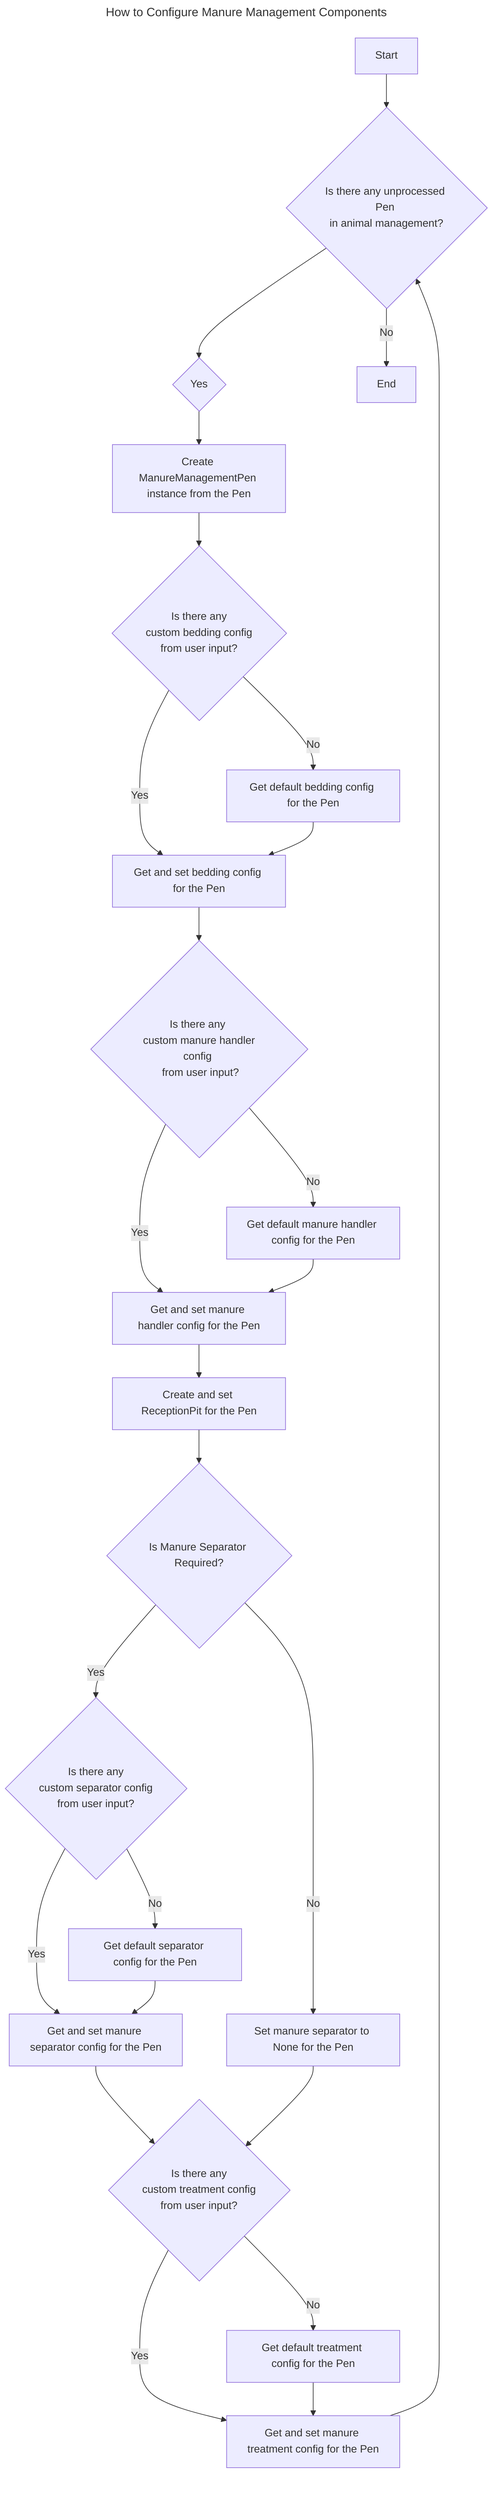
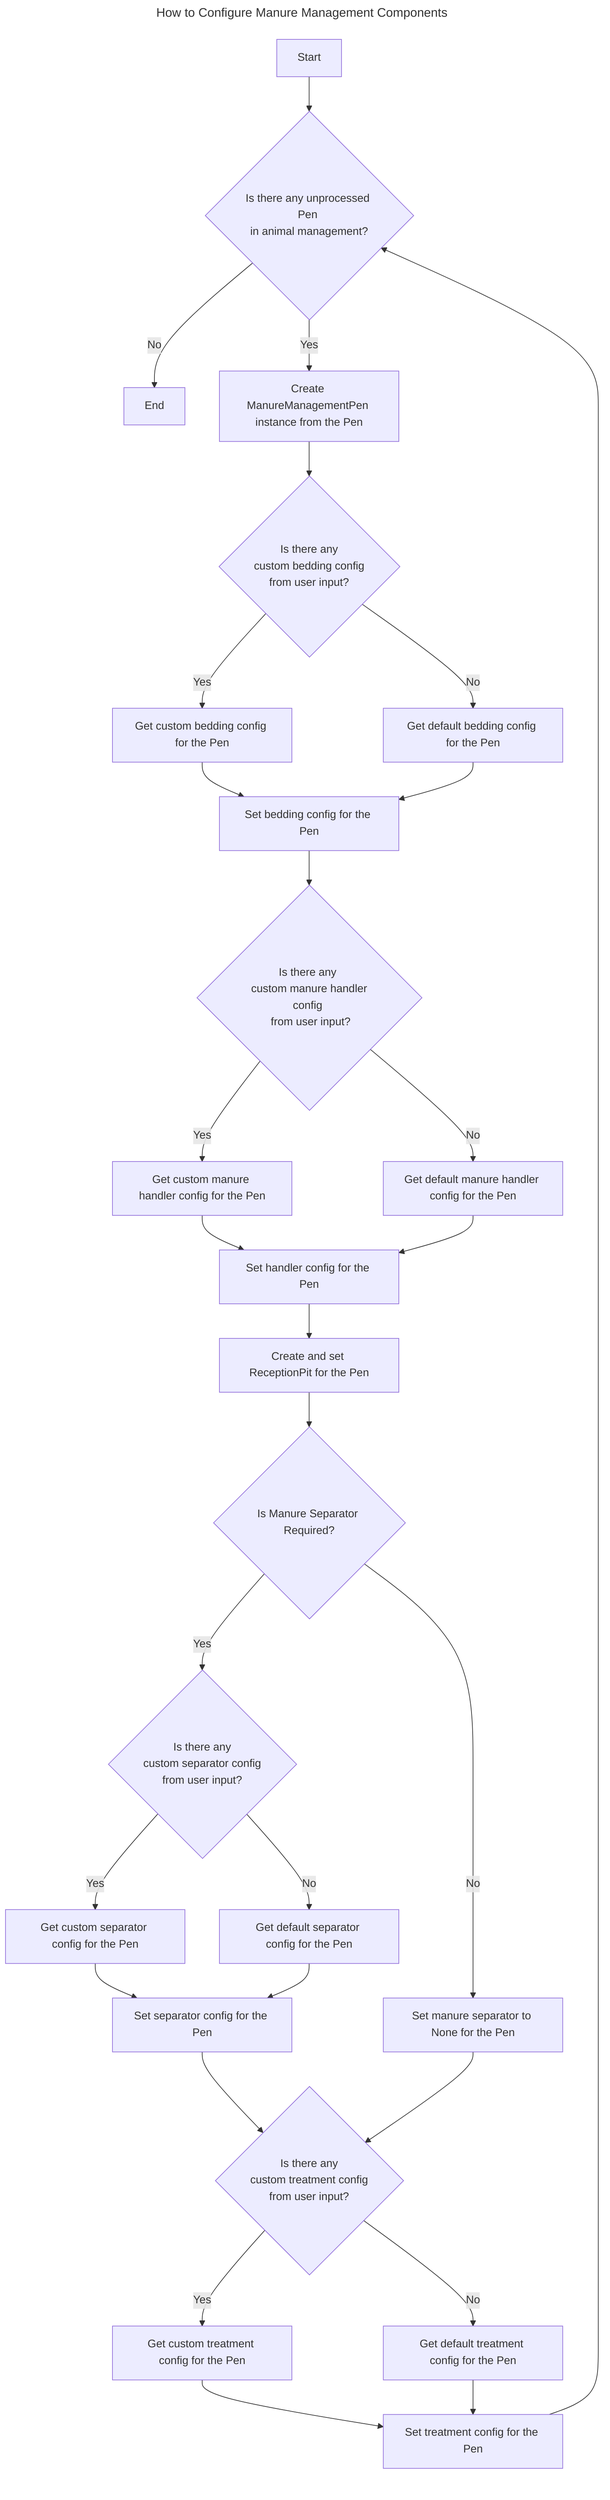
---
title: "How to Configure Manure Management Components"
---
flowchart TD
    start[Start] --> checkPen{"Is there any unprocessed Pen \nin animal management?"}
-     checkPen --> yesPen{Yes}
-     checkPen -- No --> Done[End]
-     yesPen --> createManureManagementPen[Create ManureManagementPen instance from the Pen]
+     checkPen -->|No| Done[End]
+     checkPen -->|Yes| createManureManagementPen[Create ManureManagementPen instance from the Pen]
    createManureManagementPen --> checkCustomBeddingConfig{"Is there any \n custom bedding config \n from user input?"}
-     checkCustomBeddingConfig -- Yes --> getSetBeddingConfig[Get and set bedding config for the Pen]
+     checkCustomBeddingConfig -- Yes --> getCustomBeddingConfig[Get custom bedding config for the Pen]
    checkCustomBeddingConfig -- No --> getDefaultBeddingConfig[Get default bedding config for the Pen]
-     getDefaultBeddingConfig --> getSetBeddingConfig
-     getSetBeddingConfig --> checkCustomHandlerConfig{"Is there any \n custom manure handler config \n from user input?"}
-     checkCustomHandlerConfig -- Yes --> getSetHandlerConfig[Get and set manure handler config for the Pen]
+     getCustomBeddingConfig --> setBeddingConfig[Set bedding config for the Pen]
+     getDefaultBeddingConfig --> setBeddingConfig
+     setBeddingConfig --> checkCustomHandlerConfig{"Is there any \n custom manure handler config \n from user input?"}
+     checkCustomHandlerConfig -- Yes --> getCustomHandlerConfig[Get custom manure handler config for the Pen]
    checkCustomHandlerConfig -- No --> getDefaultHandlerConfig[Get default manure handler config for the Pen]
-     getDefaultHandlerConfig --> getSetHandlerConfig
-     getSetHandlerConfig --> createSetReceptionPit[Create and set ReceptionPit for the Pen]
+     getCustomHandlerConfig --> setHandlerConfig[Set handler config for the Pen]
+     getDefaultHandlerConfig --> setHandlerConfig
+     setHandlerConfig --> createSetReceptionPit[Create and set ReceptionPit for the Pen]
    createSetReceptionPit --> checkSeparator{"Is Manure Separator Required?"}
    checkSeparator -- Yes --> checkCustomSeparatorConfig{"Is there any \n custom separator config \n from user input?"}
    checkSeparator -- No --> setSeparatorNone[Set manure separator to None for the Pen]
-     checkCustomSeparatorConfig -- Yes --> getSetSeparatorConfig[Get and set manure separator config for the Pen]
+     checkCustomSeparatorConfig -- Yes --> getCustomSeparatorConfig[Get custom separator config for the Pen]
    checkCustomSeparatorConfig -- No --> getDefaultSeparatorConfig[Get default separator config for the Pen]
-     getDefaultSeparatorConfig --> getSetSeparatorConfig
-     getSetSeparatorConfig --> checkCustomTreatmentConfig{"Is there any \n custom treatment config \n from user input?"}
+     getCustomSeparatorConfig --> setSeparatorConfig[Set separator config for the Pen]
+     getDefaultSeparatorConfig --> setSeparatorConfig
+     setSeparatorConfig --> checkCustomTreatmentConfig{"Is there any \n custom treatment config \n from user input?"}
    setSeparatorNone --> checkCustomTreatmentConfig
-     checkCustomTreatmentConfig -- Yes --> getSetTreatmentConfig[Get and set manure treatment config for the Pen]
+     checkCustomTreatmentConfig -- Yes --> getCustomTreatmentConfig[Get custom treatment config for the Pen]
    checkCustomTreatmentConfig -- No --> getDefaultTreatmentConfig[Get default treatment config for the Pen]
-     getDefaultTreatmentConfig --> getSetTreatmentConfig
-     getSetTreatmentConfig --> checkPen
+     getCustomTreatmentConfig --> setTreatmentConfig[Set treatment config for the Pen]
+     getDefaultTreatmentConfig --> setTreatmentConfig
+     setTreatmentConfig --> checkPen